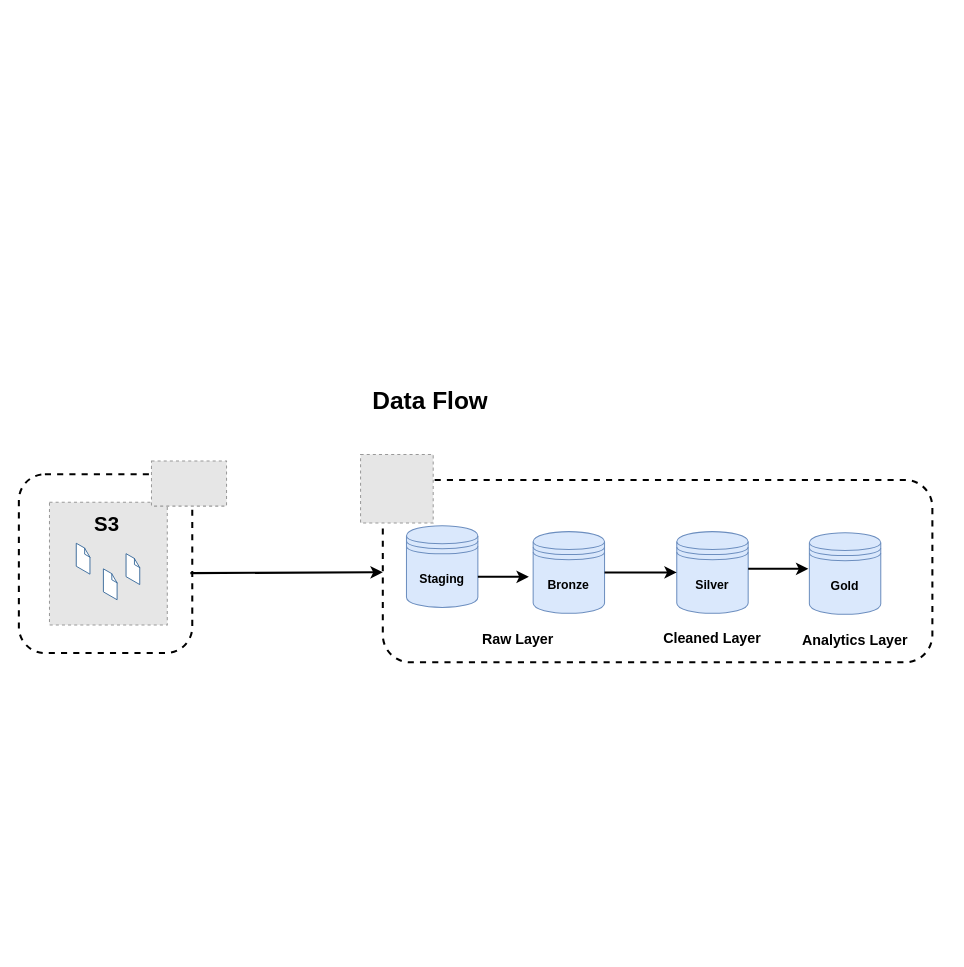
Before: dbt_aws_snowflake_project/diagrams/dataflow.drawio in SSrilakshmi/dbt_aws_snowflake, a draw.io diagram. Source tidied: cells renumbered, new cells numbered last; positions are measured from the earlier drawing's top-left corner, leaving out a move shared by most shapes. Both pictures are drawn from the tidied source at 102%, with x=0, y=0 at pixel (18, 124). Pictures stored in the file or linked from it are replaced by grey dashed boxes.
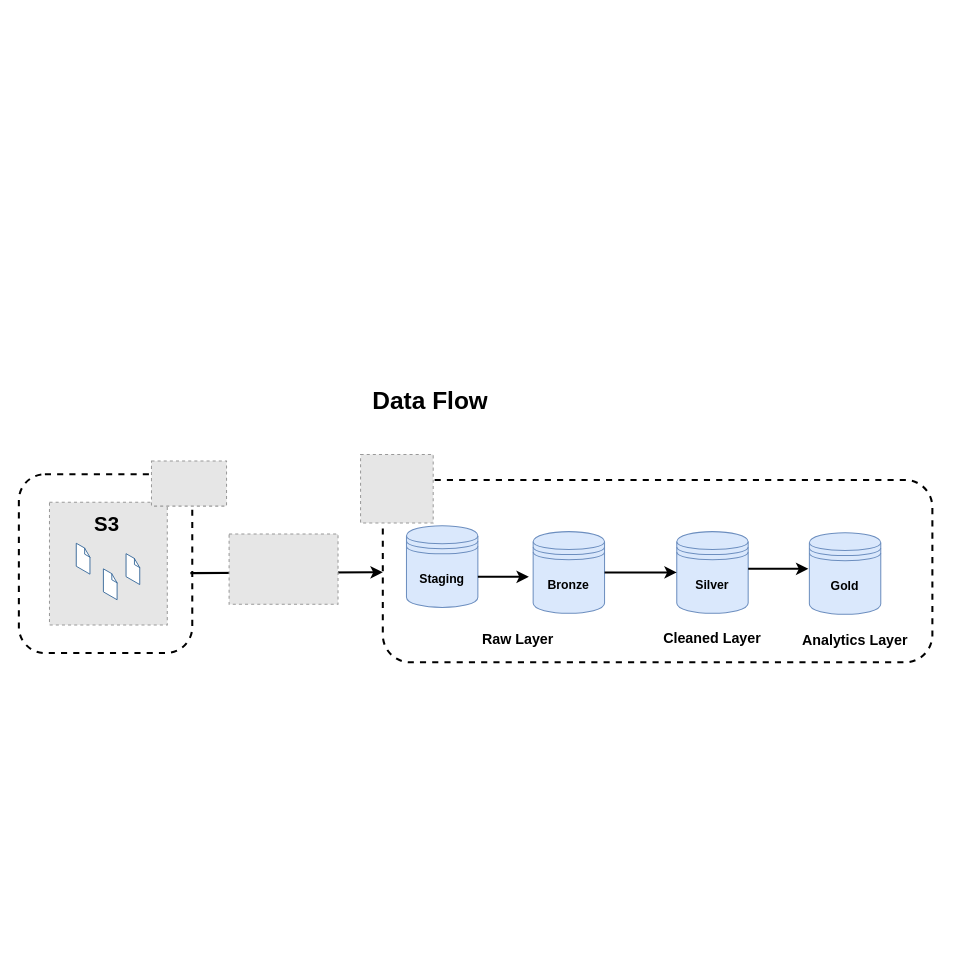
After the change.

Commit message (it also covers changes not shown here):
Dataflow image correction

The change refers to these unchanged cells:
```xml
<mxCell id="10" style="group;" parent="9" vertex="1">
  <mxGeometry width="282.8" height="315.2" as="geometry" />
</mxCell>
```

Diff of the diagram source:
```diff
@@
     <mxCell id="11" style="group;" parent="10" vertex="1">
-      <mxGeometry width="210" height="315.2" as="geometry" />
+      <mxGeometry width="282.8" height="315.2" as="geometry" />
     </mxCell>
@@
+    <mxCell id="38" style="group;" parent="11" vertex="1">
+      <mxGeometry x="176.1" y="31" width="106.8" height="87.5" as="geometry" />
+    </mxCell>
+    <mxCell id="39" style="fillColor=#E6E6E6;strokeColor=#999999;dashed=1;verticalLabelPosition=bottom;labelBackgroundColor=default;verticalAlign=top;" parent="38" vertex="1">
+      <mxGeometry width="106.8" height="69" as="geometry" />
+    </mxCell>
```
